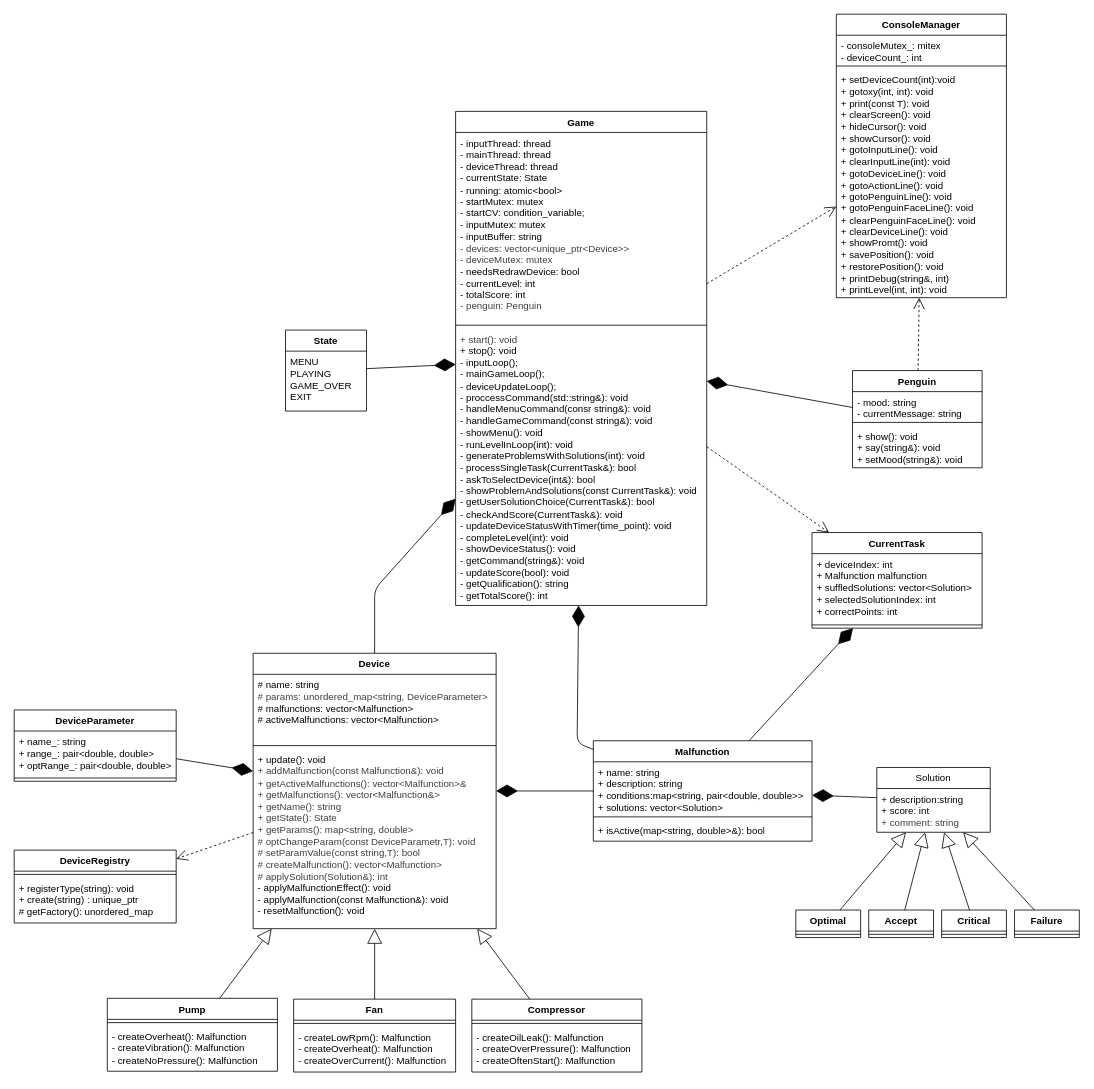
Earlier version of the draw.io diagram docs/diagram.drawio (MARGO0901/otus-finalproject). Source tidied: cells renumbered, new cells numbered last; positions are measured from the earlier drawing's top-left corner, leaving out a move shared by most shapes. Both pictures are drawn from the tidied source at 81%, with x=0, y=0 at pixel (14, 14).
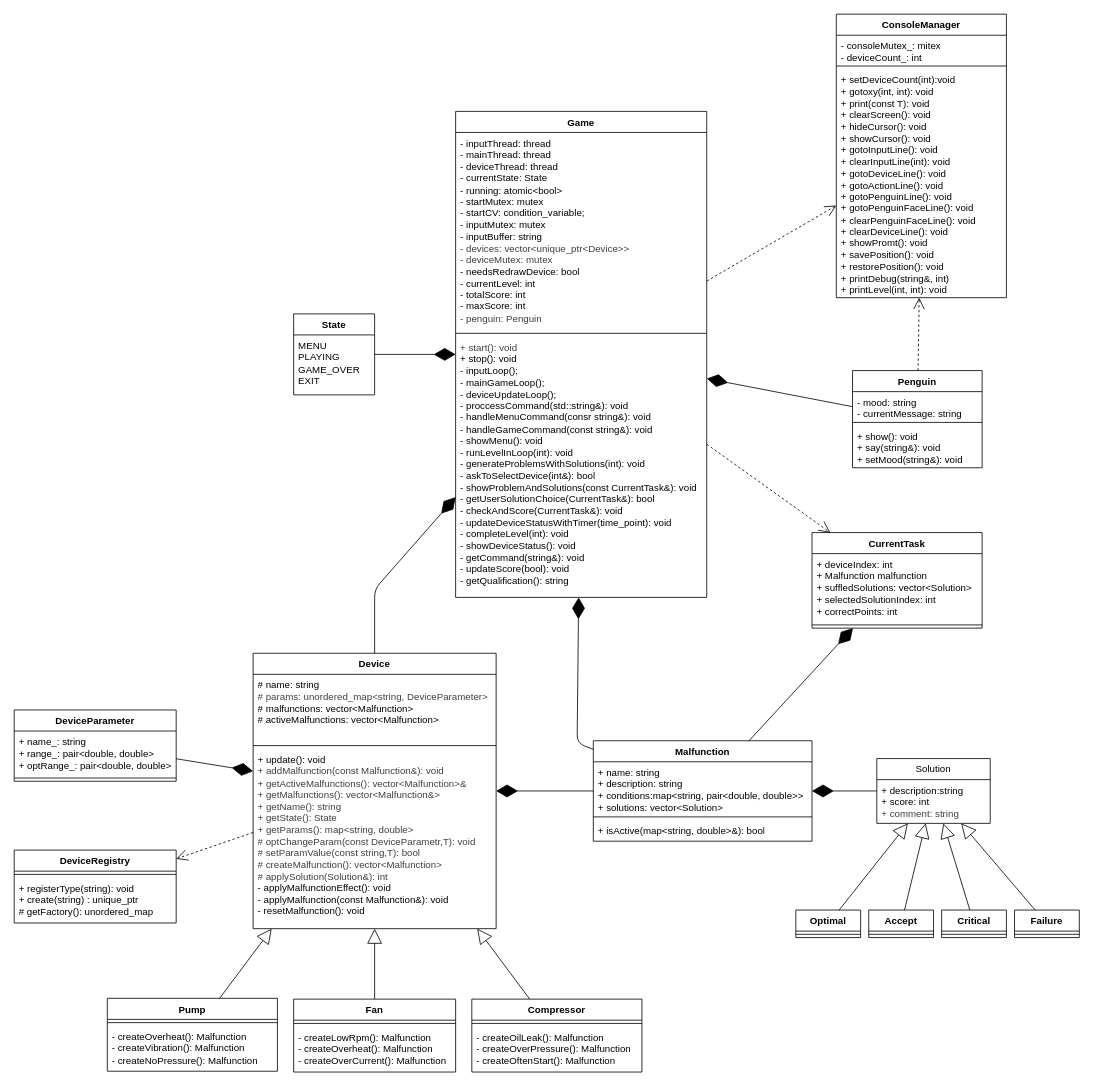
Above is the later version.

Diff of the diagram source:
```diff
@@
     <mxCell id="2" value="Game" style="swimlane;fontStyle=1;align=center;verticalAlign=top;horizontal=1;startSize=26;whiteSpace=wrap;html=1;" parent="1" vertex="1">
-      <mxGeometry x="545" y="120" width="310" height="610" as="geometry" />
+      <mxGeometry x="545" y="120" width="310" height="600" as="geometry" />
     </mxCell>
-    <mxCell id="3" value="&lt;div&gt;- inputThread: thread&lt;/div&gt;&lt;div&gt;- mainThread: thread&lt;/div&gt;&lt;div&gt;- deviceThread: thread&lt;/div&gt;&lt;div&gt;- currentState: State&lt;/div&gt;&lt;div&gt;- running: atomic&amp;lt;bool&amp;gt;&lt;/div&gt;&lt;div&gt;- startMutex: mutex&lt;/div&gt;&lt;div&gt;- startCV: condition_variable;&lt;/div&gt;&lt;div&gt;- inputMutex: mutex&lt;/div&gt;&lt;div&gt;- inputBuffer: string&lt;/div&gt;&lt;div&gt;&lt;span style=&quot;color: rgb(63, 63, 63);&quot;&gt;- devices:&amp;nbsp;&lt;/span&gt;&lt;span style=&quot;scrollbar-color: rgb(226, 226, 226) rgb(251, 251, 251); background-color: transparent; color: rgb(63, 63, 63);&quot;&gt;vector&amp;lt;unique_ptr&amp;lt;Device&amp;gt;&amp;gt;&lt;/span&gt;&lt;/div&gt;&lt;div&gt;&lt;span style=&quot;scrollbar-color: rgb(226, 226, 226) rgb(251, 251, 251); background-color: transparent; color: rgb(63, 63, 63);&quot;&gt;- deviceMutex: mutex&lt;/span&gt;&lt;/div&gt;&lt;div&gt;- needsRedrawDevice: bool&lt;/div&gt;- currentLevel: int&lt;div&gt;- totalScore: int&lt;/div&gt;&lt;div&gt;&lt;span style=&quot;color: rgb(63, 63, 63); background-color: transparent;&quot;&gt;- penguin: Penguin&lt;/span&gt;&lt;/div&gt;&lt;div&gt;&lt;br&gt;&lt;/div&gt;" style="text;strokeColor=none;fillColor=none;align=left;verticalAlign=top;spacingLeft=4;spacingRight=4;overflow=hidden;whiteSpace=wrap;html=1;" parent="2" vertex="1">
-      <mxGeometry y="26" width="310" height="234" as="geometry" />
+    <mxCell id="3" value="&lt;div&gt;- inputThread: thread&lt;/div&gt;&lt;div&gt;- mainThread: thread&lt;/div&gt;&lt;div&gt;- deviceThread: thread&lt;/div&gt;&lt;div&gt;- currentState: State&lt;/div&gt;&lt;div&gt;- running: atomic&amp;lt;bool&amp;gt;&lt;/div&gt;&lt;div&gt;- startMutex: mutex&lt;/div&gt;&lt;div&gt;- startCV: condition_variable;&lt;/div&gt;&lt;div&gt;- inputMutex: mutex&lt;/div&gt;&lt;div&gt;- inputBuffer: string&lt;/div&gt;&lt;div&gt;&lt;span style=&quot;color: rgb(63, 63, 63);&quot;&gt;- devices:&amp;nbsp;&lt;/span&gt;&lt;span style=&quot;scrollbar-color: rgb(226, 226, 226) rgb(251, 251, 251); background-color: transparent; color: rgb(63, 63, 63);&quot;&gt;vector&amp;lt;unique_ptr&amp;lt;Device&amp;gt;&amp;gt;&lt;/span&gt;&lt;/div&gt;&lt;div&gt;&lt;span style=&quot;scrollbar-color: rgb(226, 226, 226) rgb(251, 251, 251); background-color: transparent; color: rgb(63, 63, 63);&quot;&gt;- deviceMutex: mutex&lt;/span&gt;&lt;/div&gt;&lt;div&gt;- needsRedrawDevice: bool&lt;/div&gt;- currentLevel: int&lt;div&gt;- totalScore: int&lt;/div&gt;&lt;div&gt;- maxScore: int&lt;/div&gt;&lt;div&gt;&lt;span style=&quot;color: rgb(63, 63, 63); background-color: transparent;&quot;&gt;- penguin: Penguin&lt;/span&gt;&lt;/div&gt;&lt;div&gt;&lt;br&gt;&lt;/div&gt;" style="text;strokeColor=none;fillColor=none;align=left;verticalAlign=top;spacingLeft=4;spacingRight=4;overflow=hidden;whiteSpace=wrap;html=1;" parent="2" vertex="1">
+      <mxGeometry y="26" width="310" height="244" as="geometry" />
     </mxCell>
     <mxCell id="4" style="line;strokeWidth=1;fillColor=none;align=left;verticalAlign=middle;spacingTop=-1;spacingLeft=3;spacingRight=3;labelPosition=right;strokeColor=inherit;" parent="2" vertex="1">
-      <mxGeometry y="260" width="310" height="8" as="geometry" />
+      <mxGeometry y="270" width="310" height="8" as="geometry" />
     </mxCell>
-    <mxCell id="5" value="&lt;div&gt;&lt;span style=&quot;color: rgb(63, 63, 63); background-color: transparent;&quot;&gt;+ start(): void&lt;/span&gt;&lt;/div&gt;&lt;div&gt;+ stop(): void&lt;/div&gt;&lt;div&gt;- inputLoop();&lt;/div&gt;&lt;div&gt;- mainGameLoop();&lt;/div&gt;&lt;div&gt;- deviceUpdateLoop();&lt;/div&gt;&lt;div&gt;- proccessCommand(std::string&amp;amp;): void&lt;/div&gt;&lt;div&gt;- handleMenuCommand(consr string&amp;amp;): void&lt;/div&gt;&lt;div&gt;- handleGameCommand(const string&amp;amp;): void&lt;/div&gt;&lt;div&gt;- showMenu(): void&lt;/div&gt;- runLevelInLoop(int): void&lt;div&gt;- generateProblemsWithSolutions(int): void&lt;/div&gt;&lt;div&gt;-&amp;nbsp;processSingleTask(CurrentTask&amp;amp;): bool&lt;/div&gt;&lt;div&gt;-&amp;nbsp;askToSelectDevice(int&amp;amp;): bool&lt;/div&gt;&lt;div&gt;-&amp;nbsp;showProblemAndSolutions(const CurrentTask&amp;amp;): void&lt;/div&gt;&lt;div&gt;-&amp;nbsp;getUserSolutionChoice(CurrentTask&amp;amp;): bool&lt;/div&gt;&lt;div&gt;-&amp;nbsp;checkAndScore(CurrentTask&amp;amp;): void&lt;/div&gt;&lt;div&gt;-&amp;nbsp;updateDeviceStatusWithTimer(time_point): void&lt;/div&gt;&lt;div&gt;-&amp;nbsp;completeLevel(int): void&lt;/div&gt;&lt;div&gt;- showDeviceStatus(): void&lt;/div&gt;&lt;div&gt;- getCommand(string&amp;amp;): void&lt;/div&gt;&lt;div&gt;- updateScore(bool): void&lt;/div&gt;&lt;div&gt;- getQualification(): string&lt;/div&gt;&lt;div&gt;- getTotalScore(): int&lt;/div&gt;" style="text;strokeColor=none;fillColor=none;align=left;verticalAlign=top;spacingLeft=4;spacingRight=4;overflow=hidden;whiteSpace=wrap;html=1;" parent="2" vertex="1">
-      <mxGeometry y="268" width="310" height="342" as="geometry" />
+    <mxCell id="5" value="&lt;div&gt;&lt;span style=&quot;color: rgb(63, 63, 63); background-color: transparent;&quot;&gt;+ start(): void&lt;/span&gt;&lt;/div&gt;&lt;div&gt;+ stop(): void&lt;/div&gt;&lt;div&gt;- inputLoop();&lt;/div&gt;&lt;div&gt;- mainGameLoop();&lt;/div&gt;&lt;div&gt;- deviceUpdateLoop();&lt;/div&gt;&lt;div&gt;- proccessCommand(std::string&amp;amp;): void&lt;/div&gt;&lt;div&gt;- handleMenuCommand(consr string&amp;amp;): void&lt;/div&gt;&lt;div&gt;- handleGameCommand(const string&amp;amp;): void&lt;/div&gt;&lt;div&gt;- showMenu(): void&lt;/div&gt;- runLevelInLoop(int): void&lt;div&gt;- generateProblemsWithSolutions(int): void&lt;/div&gt;&lt;div&gt;-&amp;nbsp;askToSelectDevice(int&amp;amp;): bool&lt;/div&gt;&lt;div&gt;-&amp;nbsp;showProblemAndSolutions(const CurrentTask&amp;amp;): void&lt;/div&gt;&lt;div&gt;-&amp;nbsp;getUserSolutionChoice(CurrentTask&amp;amp;): bool&lt;/div&gt;&lt;div&gt;-&amp;nbsp;checkAndScore(CurrentTask&amp;amp;): void&lt;/div&gt;&lt;div&gt;-&amp;nbsp;updateDeviceStatusWithTimer(time_point): void&lt;/div&gt;&lt;div&gt;-&amp;nbsp;completeLevel(int): void&lt;/div&gt;&lt;div&gt;- showDeviceStatus(): void&lt;/div&gt;&lt;div&gt;- getCommand(string&amp;amp;): void&lt;/div&gt;&lt;div&gt;- updateScore(bool): void&lt;/div&gt;&lt;div&gt;- getQualification(): string&lt;/div&gt;" style="text;strokeColor=none;fillColor=none;align=left;verticalAlign=top;spacingLeft=4;spacingRight=4;overflow=hidden;whiteSpace=wrap;html=1;" parent="2" vertex="1">
+      <mxGeometry y="278" width="310" height="322" as="geometry" />
     </mxCell>
@@
     <mxCell id="21" value="Solution" style="swimlane;fontStyle=0;horizontal=1;startSize=26;fillColor=none;whiteSpace=wrap;html=1;" parent="1" vertex="1">
-      <mxGeometry x="1065" y="930" width="140" height="80" as="geometry" />
+      <mxGeometry x="1065" y="919" width="140" height="80" as="geometry" />
     </mxCell>
@@
     <mxCell id="59" value="State" style="swimlane;fontStyle=1;align=center;verticalAlign=top;horizontal=1;startSize=26;whiteSpace=wrap;html=1;" parent="1" vertex="1">
-      <mxGeometry x="335" y="390" width="100" height="100" as="geometry" />
+      <mxGeometry x="345" y="370" width="100" height="100" as="geometry" />
     </mxCell>
```
